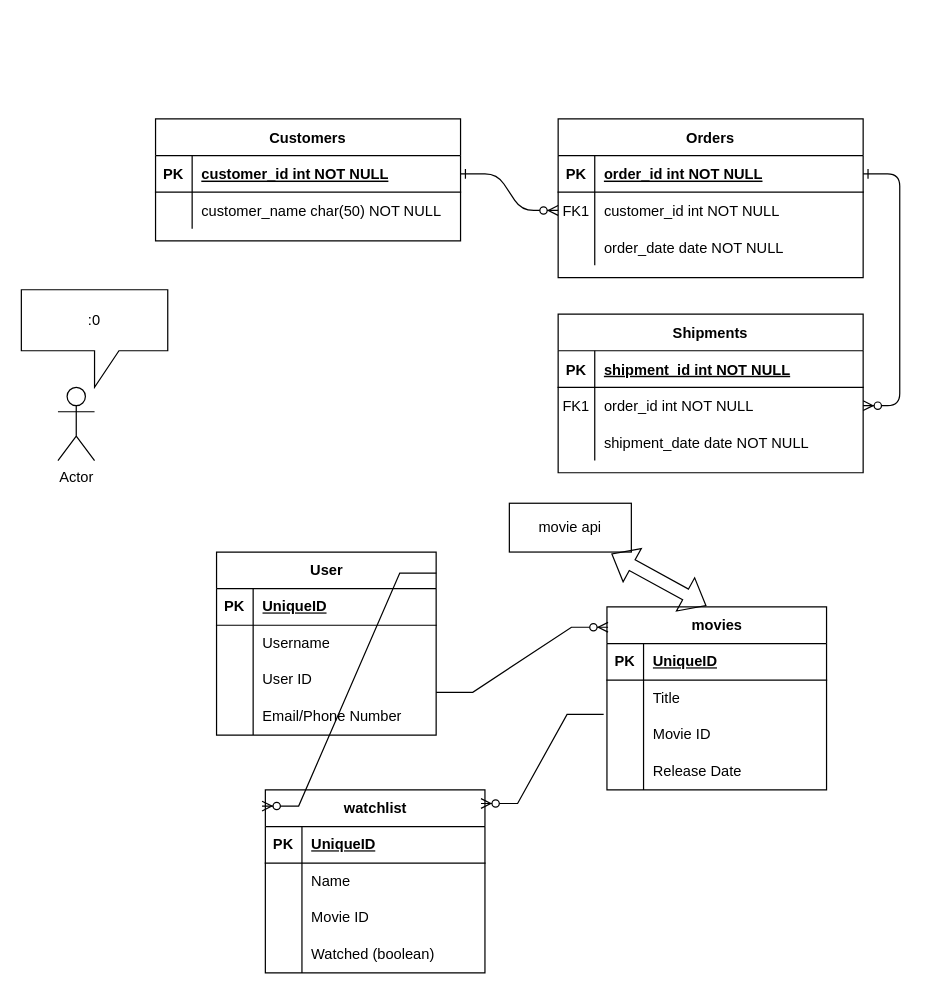
This is moviethingy.drawio from nathannathan08/54, a draw.io file, before an edit. Source tidied: cells renumbered, new cells numbered last; positions are measured from the earlier drawing's top-left corner, leaving out a move shared by most shapes. Both pictures are drawn from the tidied source at 122%, with x=0, y=0 at pixel (21, 118).
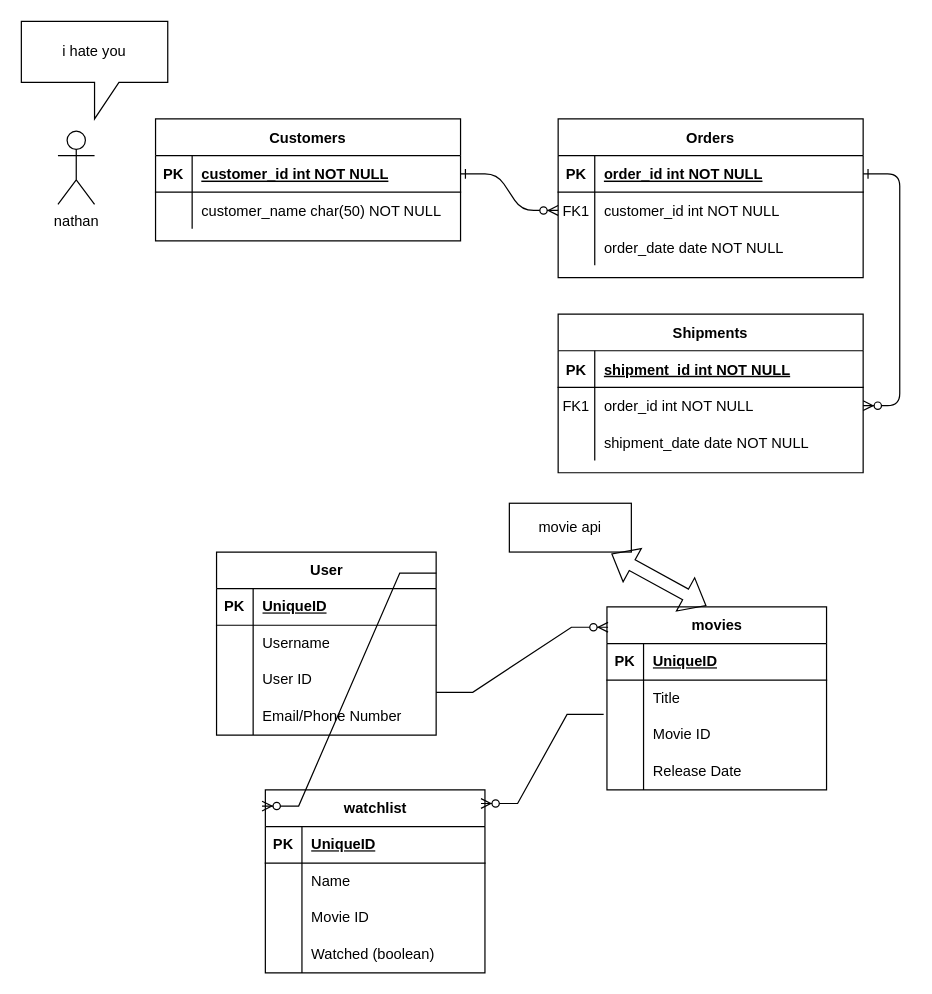
After the change.

Change to the diagram source:
```diff
@@
-    <mxCell id="59" value="Actor" style="shape=umlActor;verticalLabelPosition=bottom;verticalAlign=top;html=1;" parent="1" vertex="1">
-      <mxGeometry x="30" y="220" width="30" height="60" as="geometry" />
+    <mxCell id="59" value="nathan" style="shape=umlActor;verticalLabelPosition=bottom;verticalAlign=top;html=1;" parent="1" vertex="1">
+      <mxGeometry x="30" y="10" width="30" height="60" as="geometry" />
     </mxCell>
-    <mxCell id="60" value=":0" style="shape=callout;whiteSpace=wrap;html=1;perimeter=calloutPerimeter;" parent="1" vertex="1">
-      <mxGeometry y="140" width="120" height="80" as="geometry" />
+    <mxCell id="60" value="i hate you" style="shape=callout;whiteSpace=wrap;html=1;perimeter=calloutPerimeter;" parent="1" vertex="1">
+      <mxGeometry y="-80" width="120" height="80" as="geometry" />
     </mxCell>
```
